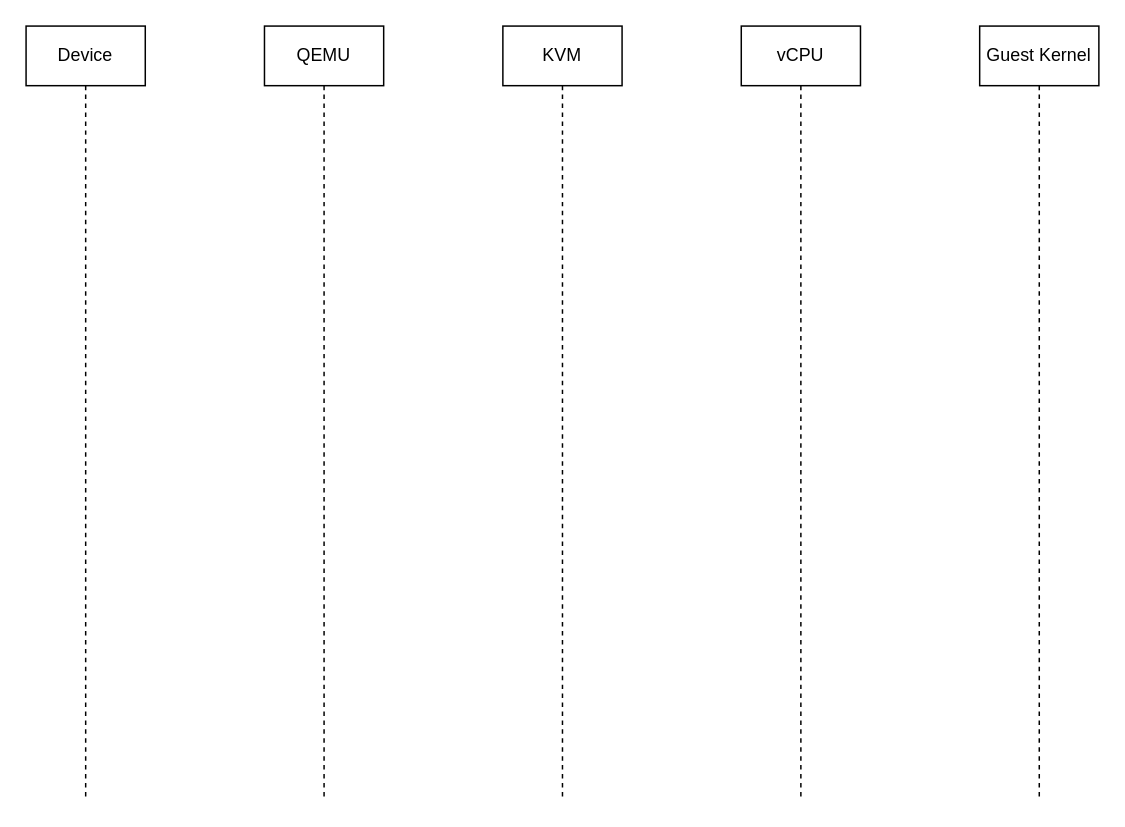
The draw.io diagram guest_mmio_sequence.drawio in vmuxIO/diagrams, before the edit. Source tidied: cells renumbered, new cells numbered last; positions are measured from the earlier drawing's top-left corner, leaving out a move shared by most shapes. Both pictures are drawn from the tidied source at 149%, with x=0, y=0 at pixel (25, 25).
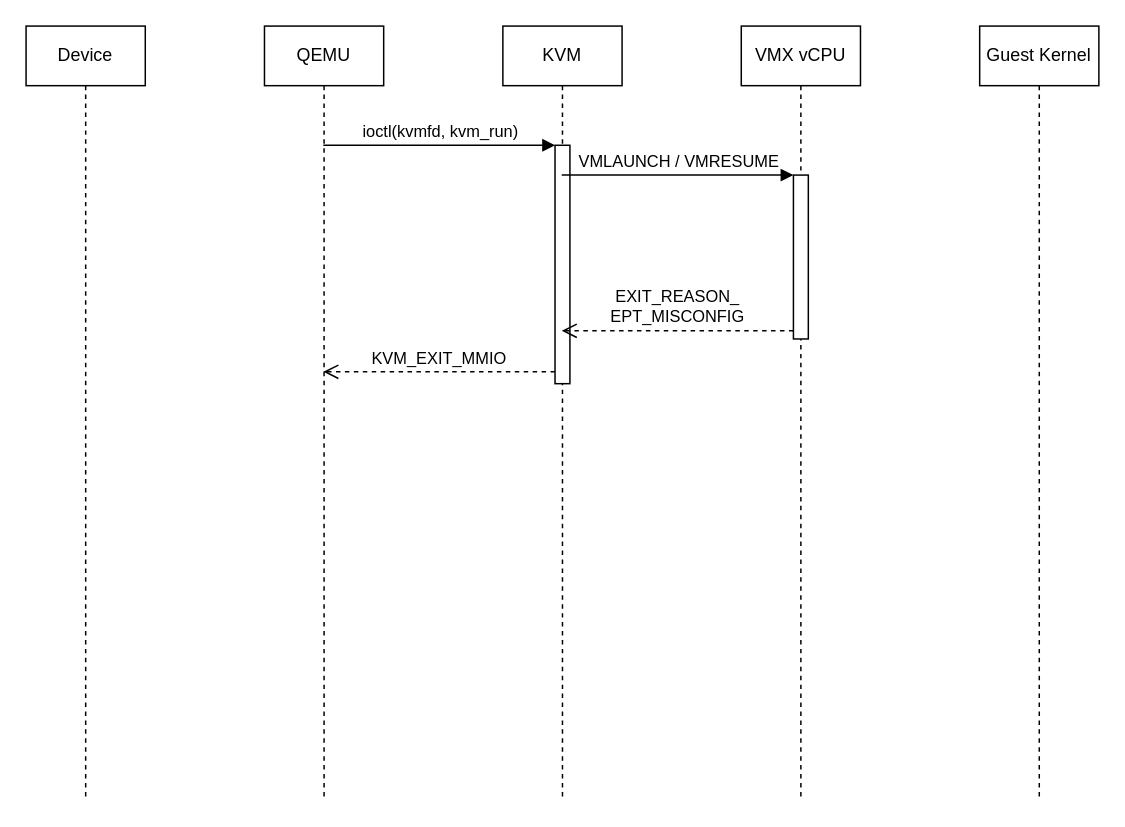
The same diagram, later.

The edit, as a diff of the source:
```diff
@@
 <mxGraphModel>
   <root>
     <mxCell id="0" />
     <mxCell id="1" parent="0" />
     <mxCell id="2" value="Device" style="shape=umlLifeline;perimeter=lifelinePerimeter;whiteSpace=wrap;html=1;" parent="1" vertex="1">
       <mxGeometry width="80" height="520" as="geometry" />
     </mxCell>
     <mxCell id="3" value="QEMU" style="shape=umlLifeline;perimeter=lifelinePerimeter;whiteSpace=wrap;html=1;outlineConnect=0;" parent="1" vertex="1">
       <mxGeometry x="160" width="80" height="520" as="geometry" />
     </mxCell>
     <mxCell id="4" value="KVM" style="shape=umlLifeline;perimeter=lifelinePerimeter;whiteSpace=wrap;html=1;outlineConnect=0;" parent="1" vertex="1">
       <mxGeometry x="320" width="80" height="520" as="geometry" />
     </mxCell>
+    <mxCell id="7" style="html=1;points=[];perimeter=orthogonalPerimeter;" parent="4" vertex="1">
+      <mxGeometry x="35" y="80" width="10" height="160" as="geometry" />
+    </mxCell>
-    <mxCell id="5" value="vCPU" style="shape=umlLifeline;perimeter=lifelinePerimeter;whiteSpace=wrap;html=1;" parent="1" vertex="1">
-      <mxGeometry x="480" width="80" height="520" as="geometry" />
+    <mxCell id="5" value="Guest Kernel" style="shape=umlLifeline;perimeter=lifelinePerimeter;whiteSpace=wrap;html=1;" parent="1" vertex="1">
+      <mxGeometry x="640" width="80" height="520" as="geometry" />
     </mxCell>
-    <mxCell id="6" value="Guest Kernel" style="shape=umlLifeline;perimeter=lifelinePerimeter;whiteSpace=wrap;html=1;" parent="1" vertex="1">
-      <mxGeometry x="640" width="80" height="520" as="geometry" />
-    </mxCell>
+    <mxCell id="8" value="ioctl(kvmfd, kvm_run)" style="html=1;verticalAlign=bottom;endArrow=block;entryX=0;entryY=0;rounded=0;" parent="1" edge="1" source="3" target="7">
+      <mxGeometry relative="1" as="geometry" />
+    </mxCell>
+    <mxCell id="9" value="KVM_EXIT_MMIO" style="html=1;verticalAlign=bottom;endArrow=open;dashed=1;endSize=8;exitX=0;exitY=0.95;rounded=0;" parent="1" edge="1" source="7" target="3">
+      <mxGeometry relative="1" as="geometry">
+        <Array as="points">
+          <mxPoint x="220" y="232" />
+        </Array>
+      </mxGeometry>
+    </mxCell>
+    <mxCell id="10" value="VMX vCPU" style="shape=umlLifeline;perimeter=lifelinePerimeter;whiteSpace=wrap;html=1;" parent="1" vertex="1">
+      <mxGeometry x="480" width="80" height="520" as="geometry" />
+    </mxCell>
+    <mxCell id="11" style="html=1;points=[];perimeter=orthogonalPerimeter;" parent="10" vertex="1">
+      <mxGeometry x="35" y="100" width="10" height="110" as="geometry" />
+    </mxCell>
+    <mxCell id="12" value="VMLAUNCH / VMRESUME" style="html=1;verticalAlign=bottom;endArrow=block;entryX=0;entryY=0;rounded=0;" parent="1" edge="1" source="4" target="11">
+      <mxGeometry relative="1" as="geometry" />
+    </mxCell>
+    <mxCell id="13" value="&lt;div&gt;&lt;font style=&quot;font-size: 11px;&quot;&gt;EXIT_REASON_&lt;/font&gt;&lt;/div&gt;&lt;div&gt;&lt;font style=&quot;font-size: 11px;&quot;&gt;EPT_MISCONFIG&lt;/font&gt;&lt;/div&gt;" style="html=1;verticalAlign=bottom;endArrow=open;dashed=1;endSize=8;exitX=0;exitY=0.95;rounded=0;" parent="1" edge="1" source="11" target="4">
+      <mxGeometry relative="1" as="geometry" />
+    </mxCell>
   </root>
 </mxGraphModel>
```
